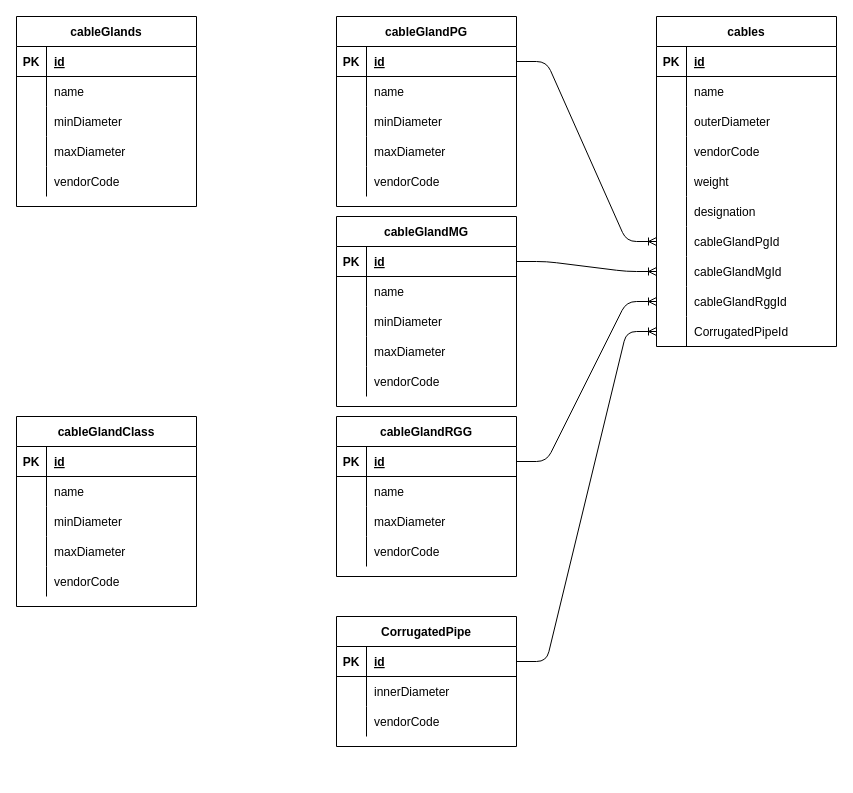
Before: Database diagramm.drawio in upmoover/cableAccessoryAssistant, a draw.io diagram. Source tidied: cells renumbered, new cells numbered last; positions are measured from the earlier drawing's top-left corner, leaving out a move shared by most shapes. Both pictures are drawn from the tidied source at 100%, with x=0, y=0 at pixel (16, 16).
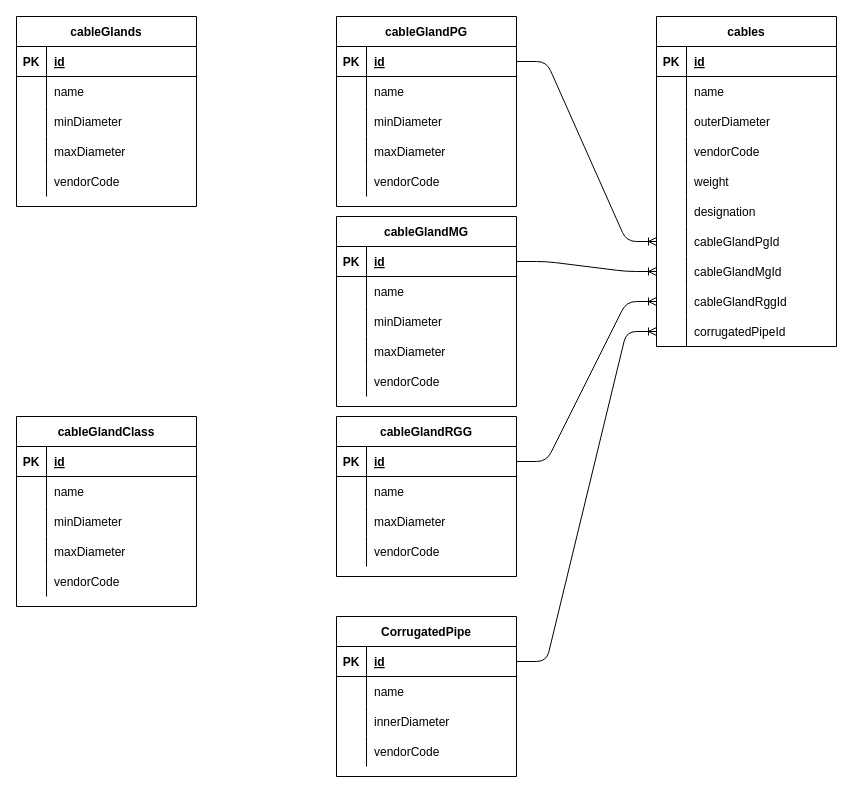
The same page after the edit.

Commit message (it also covers changes not shown here):
Добавлена сущность-суперкласс cableGland, добавлена сущность-наследник CableGlandPG, скорректирована диаграмма БД

Unchanged cells that the change refers to:
```xml
<mxCell id="30" style="shape=partialRectangle;fillColor=none;top=0;left=0;bottom=0;right=0;points=[[0,0.5],[1,0.5]];portConstraint=eastwest;" parent="2" vertex="1">
  <mxGeometry y="300" width="180" height="30" as="geometry" />
</mxCell>
<mxCell id="117" style="shape=partialRectangle;fillColor=none;top=0;left=0;bottom=0;right=0;" parent="113" vertex="1">
  <mxGeometry y="60" width="180" height="30" as="geometry" />
</mxCell>
<mxCell id="120" style="shape=partialRectangle;fillColor=none;top=0;left=0;bottom=0;right=0;" parent="113" vertex="1">
  <mxGeometry y="90" width="180" height="30" as="geometry" />
</mxCell>
```

Diff of the diagram source:
```diff
@@
-    <mxCell id="32" value="СorrugatedPipeId" style="shape=partialRectangle;fillColor=none;top=0;left=0;bottom=0;right=0;align=left;spacingLeft=6;overflow=hidden;" parent="30" vertex="1">
+    <mxCell id="32" value="corrugatedPipeId" style="shape=partialRectangle;fillColor=none;top=0;left=0;bottom=0;right=0;align=left;spacingLeft=6;overflow=hidden;" parent="30" vertex="1">
       <mxGeometry x="30" width="150" height="30" as="geometry" />
     </mxCell>
@@
     <mxCell id="113" value="СorrugatedPipe" style="shape=table;startSize=30;childLayout=tableLayout;rowLines=0;fontStyle=1;align=center;" parent="1" vertex="1">
-      <mxGeometry x="320" y="600" width="180" height="130" as="geometry" />
+      <mxGeometry x="320" y="600" width="180" height="160" as="geometry" />
     </mxCell>
@@
-    <mxCell id="119" value="innerDiameter" style="shape=partialRectangle;fillColor=none;top=0;left=0;bottom=0;right=0;align=left;spacingLeft=6;overflow=hidden;" parent="117" vertex="1">
+    <mxCell id="119" value="name" style="shape=partialRectangle;fillColor=none;top=0;left=0;bottom=0;right=0;align=left;spacingLeft=6;overflow=hidden;" parent="117" vertex="1">
       <mxGeometry x="30" width="150" height="30" as="geometry" />
     </mxCell>
@@
-    <mxCell id="121" style="shape=partialRectangle;fillColor=none;top=0;left=0;bottom=0;right=0;overflow=hidden;" parent="120" vertex="1">
-      <mxGeometry width="30" height="30" as="geometry" />
-    </mxCell>
+    <mxCell id="124" style="shape=partialRectangle;fillColor=none;top=0;left=0;bottom=0;right=0;overflow=hidden;" parent="120" vertex="1">
+      <mxGeometry width="30" height="30" as="geometry" />
+    </mxCell>
+    <mxCell id="125" value="innerDiameter" style="shape=partialRectangle;fillColor=none;top=0;left=0;bottom=0;right=0;align=left;spacingLeft=6;overflow=hidden;" parent="120" vertex="1">
+      <mxGeometry x="30" width="150" height="30" as="geometry" />
+    </mxCell>
+    <mxCell id="126" style="shape=partialRectangle;fillColor=none;top=0;left=0;bottom=0;right=0;" parent="113" vertex="1">
+      <mxGeometry y="120" width="180" height="30" as="geometry" />
+    </mxCell>
+    <mxCell id="127" style="shape=partialRectangle;fillColor=none;top=0;left=0;bottom=0;right=0;overflow=hidden;" parent="126" vertex="1">
+      <mxGeometry width="30" height="30" as="geometry" />
+    </mxCell>
-    <mxCell id="122" value="vendorCode" style="shape=partialRectangle;fillColor=none;top=0;left=0;bottom=0;right=0;align=left;spacingLeft=6;overflow=hidden;" parent="120" vertex="1">
+    <mxCell id="122" value="vendorCode" style="shape=partialRectangle;fillColor=none;top=0;left=0;bottom=0;right=0;align=left;spacingLeft=6;overflow=hidden;" parent="126" vertex="1">
       <mxGeometry x="30" width="150" height="30" as="geometry" />
     </mxCell>
```
